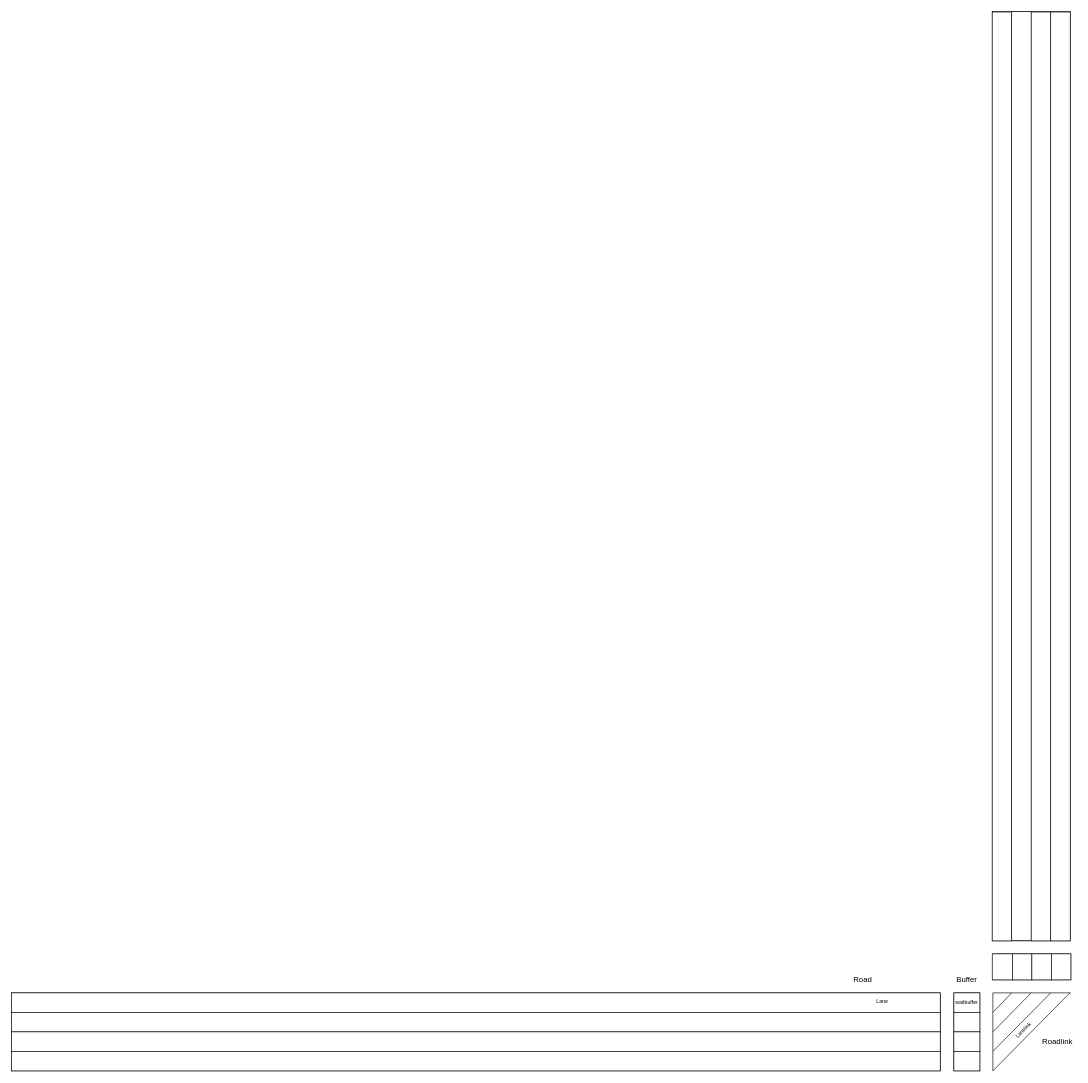
The draw.io diagram src/roadnet/roadnet.drawio in marco-city-flow/dev-city-flow, before the edit. Source tidied: cells renumbered, new cells numbered last; positions are measured from the earlier drawing's top-left corner, leaving out a move shared by most shapes. Both pictures are drawn from the tidied source at 65%, with x=0, y=0 at pixel (11, 11).
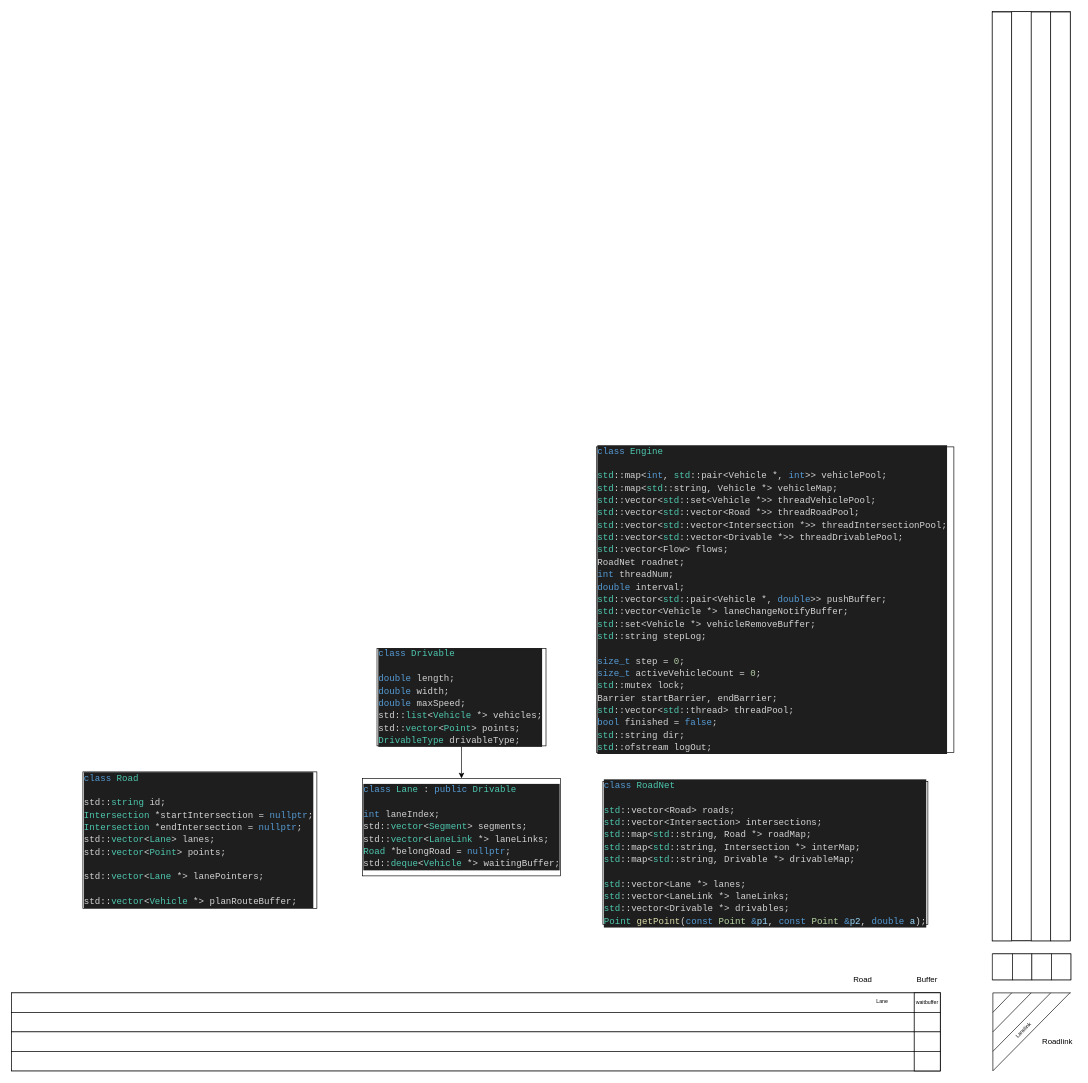
The same diagram, later.

Commit message (it also covers changes not shown here):
adding belongengine in drivable

The edit, as a diff of the source:
```diff
@@
     <mxCell id="22" style="rounded=0;whiteSpace=wrap;html=1;" parent="1" vertex="1">
-      <mxGeometry x="1450" y="1510" width="40" height="120" as="geometry" />
+      <mxGeometry x="1389" y="1510" width="40" height="120" as="geometry" />
     </mxCell>
@@
     <mxCell id="24" style="rounded=0;whiteSpace=wrap;html=1;" parent="1" vertex="1">
-      <mxGeometry x="1450" y="1510" width="40" height="30" as="geometry" />
+      <mxGeometry x="1389" y="1510" width="40" height="30" as="geometry" />
     </mxCell>
     <mxCell id="25" style="rounded=0;whiteSpace=wrap;html=1;" parent="1" vertex="1">
-      <mxGeometry x="1450" y="1540" width="40" height="30" as="geometry" />
+      <mxGeometry x="1389" y="1540" width="40" height="30" as="geometry" />
     </mxCell>
     <mxCell id="26" style="rounded=0;whiteSpace=wrap;html=1;" parent="1" vertex="1">
-      <mxGeometry x="1450" y="1570" width="40" height="30" as="geometry" />
+      <mxGeometry x="1389" y="1570" width="40" height="30" as="geometry" />
     </mxCell>
     <mxCell id="27" style="rounded=0;whiteSpace=wrap;html=1;" parent="1" vertex="1">
-      <mxGeometry x="1450" y="1600" width="40" height="30" as="geometry" />
+      <mxGeometry x="1389" y="1600" width="40" height="30" as="geometry" />
     </mxCell>
@@
     <mxCell id="32" value="&lt;font style=&quot;font-size: 8px&quot;&gt;waitbuffer&lt;/font&gt;" style="text;html=1;strokeColor=none;fillColor=none;align=center;verticalAlign=middle;whiteSpace=wrap;rounded=0;" parent="1" vertex="1">
-      <mxGeometry x="1450" y="1513" width="40" height="20" as="geometry" />
+      <mxGeometry x="1389" y="1513" width="40" height="20" as="geometry" />
     </mxCell>
     <mxCell id="33" value="Buffer" style="text;html=1;strokeColor=none;fillColor=none;align=center;verticalAlign=middle;whiteSpace=wrap;rounded=0;" parent="1" vertex="1">
-      <mxGeometry x="1450" y="1480" width="40" height="20" as="geometry" />
+      <mxGeometry x="1389" y="1480" width="40" height="20" as="geometry" />
     </mxCell>
+    <mxCell id="34" value="&lt;div style=&quot;color: rgb(212 , 212 , 212) ; background-color: rgb(30 , 30 , 30) ; font-family: &amp;#34;droid sans mono&amp;#34; , monospace , monospace , &amp;#34;droid sans fallback&amp;#34; ; font-size: 14px ; line-height: 19px&quot;&gt;&lt;div style=&quot;font-family: &amp;#34;droid sans mono&amp;#34; , monospace , monospace , &amp;#34;droid sans fallback&amp;#34; ; line-height: 19px&quot;&gt;&lt;div style=&quot;font-family: &amp;#34;droid sans mono&amp;#34; , monospace , monospace , &amp;#34;droid sans fallback&amp;#34; ; line-height: 19px&quot;&gt;&lt;div style=&quot;font-family: &amp;#34;droid sans mono&amp;#34; , monospace , monospace , &amp;#34;droid sans fallback&amp;#34; ; line-height: 19px&quot;&gt;&lt;span style=&quot;color: #569cd6&quot;&gt;class&lt;/span&gt; &lt;span style=&quot;color: #4ec9b0&quot;&gt;Road&lt;/span&gt;&lt;/div&gt;&lt;div style=&quot;font-family: &amp;#34;droid sans mono&amp;#34; , monospace , monospace , &amp;#34;droid sans fallback&amp;#34; ; line-height: 19px&quot;&gt;&lt;span style=&quot;color: #4ec9b0&quot;&gt;&lt;br&gt;&lt;/span&gt;&lt;/div&gt;&lt;div style=&quot;font-family: &amp;#34;droid sans mono&amp;#34; , monospace , monospace , &amp;#34;droid sans fallback&amp;#34; ; line-height: 19px&quot;&gt;&lt;div style=&quot;font-family: &amp;#34;droid sans mono&amp;#34; , monospace , monospace , &amp;#34;droid sans fallback&amp;#34; ; line-height: 19px&quot;&gt;&lt;div&gt;        std::&lt;span style=&quot;color: #4ec9b0&quot;&gt;string&lt;/span&gt; id;&lt;/div&gt;&lt;div&gt;        &lt;span style=&quot;color: #4ec9b0&quot;&gt;Intersection&lt;/span&gt; *startIntersection = &lt;span style=&quot;color: #569cd6&quot;&gt;nullptr&lt;/span&gt;;&lt;/div&gt;&lt;div&gt;        &lt;span style=&quot;color: #4ec9b0&quot;&gt;Intersection&lt;/span&gt; *endIntersection = &lt;span style=&quot;color: #569cd6&quot;&gt;nullptr&lt;/span&gt;;&lt;/div&gt;&lt;div&gt;        std::&lt;span style=&quot;color: #4ec9b0&quot;&gt;vector&lt;/span&gt;&amp;lt;&lt;span style=&quot;color: #4ec9b0&quot;&gt;Lane&lt;/span&gt;&amp;gt; lanes;&lt;/div&gt;&lt;div&gt;        std::&lt;span style=&quot;color: #4ec9b0&quot;&gt;vector&lt;/span&gt;&amp;lt;&lt;span style=&quot;color: #4ec9b0&quot;&gt;Point&lt;/span&gt;&amp;gt; points;&lt;/div&gt;&lt;br&gt;&lt;div&gt;        std::&lt;span style=&quot;color: #4ec9b0&quot;&gt;vector&lt;/span&gt;&amp;lt;&lt;span style=&quot;color: #4ec9b0&quot;&gt;Lane&lt;/span&gt; *&amp;gt; lanePointers;&lt;/div&gt;&lt;br&gt;&lt;div&gt;        std::&lt;span style=&quot;color: #4ec9b0&quot;&gt;vector&lt;/span&gt;&amp;lt;&lt;span style=&quot;color: #4ec9b0&quot;&gt;Vehicle&lt;/span&gt; *&amp;gt; planRouteBuffer;&lt;/div&gt;&lt;/div&gt;&lt;/div&gt;&lt;/div&gt;&lt;/div&gt;&lt;/div&gt;" style="whiteSpace=wrap;html=1;align=left;" parent="1" vertex="1">
+      <mxGeometry x="110" y="1170" width="360" height="210" as="geometry" />
+    </mxCell>
+    <mxCell id="35" style="edgeStyle=orthogonalEdgeStyle;rounded=0;jettySize=auto;html=1;exitX=0.5;exitY=1;exitDx=0;exitDy=0;entryX=0.5;entryY=0;entryDx=0;entryDy=0;" parent="1" edge="1" source="36" target="37">
+      <mxGeometry relative="1" as="geometry" />
+    </mxCell>
+    <mxCell id="36" value="&lt;div style=&quot;color: rgb(212 , 212 , 212) ; background-color: rgb(30 , 30 , 30) ; font-family: &amp;#34;droid sans mono&amp;#34; , monospace , monospace , &amp;#34;droid sans fallback&amp;#34; ; font-size: 14px ; line-height: 19px&quot;&gt;&lt;div style=&quot;font-family: &amp;#34;droid sans mono&amp;#34; , monospace , monospace , &amp;#34;droid sans fallback&amp;#34; ; line-height: 19px&quot;&gt;&lt;div style=&quot;font-family: &amp;#34;droid sans mono&amp;#34; , monospace , monospace , &amp;#34;droid sans fallback&amp;#34; ; line-height: 19px&quot;&gt;&lt;div style=&quot;font-family: &amp;#34;droid sans mono&amp;#34; , monospace , monospace , &amp;#34;droid sans fallback&amp;#34; ; line-height: 19px&quot;&gt;&lt;div style=&quot;font-family: &amp;#34;droid sans mono&amp;#34; , monospace , monospace , &amp;#34;droid sans fallback&amp;#34; ; line-height: 19px&quot;&gt;&lt;span style=&quot;color: #569cd6&quot;&gt;class&lt;/span&gt; &lt;span style=&quot;color: #4ec9b0&quot;&gt;Drivable&lt;/span&gt;&lt;/div&gt;&lt;div style=&quot;font-family: &amp;#34;droid sans mono&amp;#34; , monospace , monospace , &amp;#34;droid sans fallback&amp;#34; ; line-height: 19px&quot;&gt;&lt;span style=&quot;color: #4ec9b0&quot;&gt;&lt;br&gt;&lt;/span&gt;&lt;/div&gt;&lt;div style=&quot;font-family: &amp;#34;droid sans mono&amp;#34; , monospace , monospace , &amp;#34;droid sans fallback&amp;#34; ; line-height: 19px&quot;&gt;&lt;div style=&quot;font-family: &amp;#34;droid sans mono&amp;#34; , monospace , monospace , &amp;#34;droid sans fallback&amp;#34; ; line-height: 19px&quot;&gt;&lt;div&gt;        &lt;span style=&quot;color: #569cd6&quot;&gt;double&lt;/span&gt; length;&lt;/div&gt;&lt;div&gt;        &lt;span style=&quot;color: #569cd6&quot;&gt;double&lt;/span&gt; width;&lt;/div&gt;&lt;div&gt;        &lt;span style=&quot;color: #569cd6&quot;&gt;double&lt;/span&gt; maxSpeed;&lt;/div&gt;&lt;div&gt;        std::&lt;span style=&quot;color: #4ec9b0&quot;&gt;list&lt;/span&gt;&amp;lt;&lt;span style=&quot;color: #4ec9b0&quot;&gt;Vehicle&lt;/span&gt; *&amp;gt; vehicles;&lt;/div&gt;&lt;div&gt;        std::&lt;span style=&quot;color: #4ec9b0&quot;&gt;vector&lt;/span&gt;&amp;lt;&lt;span style=&quot;color: #4ec9b0&quot;&gt;Point&lt;/span&gt;&amp;gt; points;&lt;/div&gt;&lt;div&gt;        &lt;span style=&quot;color: #4ec9b0&quot;&gt;DrivableType&lt;/span&gt; drivableType;&lt;/div&gt;&lt;/div&gt;&lt;/div&gt;&lt;/div&gt;&lt;/div&gt;&lt;/div&gt;&lt;/div&gt;" style="whiteSpace=wrap;html=1;align=left;" parent="1" vertex="1">
+      <mxGeometry x="562.5" y="980" width="260" height="150" as="geometry" />
+    </mxCell>
+    <mxCell id="37" value="&lt;div style=&quot;color: rgb(212 , 212 , 212) ; background-color: rgb(30 , 30 , 30) ; font-family: &amp;#34;droid sans mono&amp;#34; , monospace , monospace , &amp;#34;droid sans fallback&amp;#34; ; font-size: 14px ; line-height: 19px&quot;&gt;&lt;div style=&quot;font-family: &amp;#34;droid sans mono&amp;#34; , monospace , monospace , &amp;#34;droid sans fallback&amp;#34; ; line-height: 19px&quot;&gt;&lt;div style=&quot;font-family: &amp;#34;droid sans mono&amp;#34; , monospace , monospace , &amp;#34;droid sans fallback&amp;#34; ; line-height: 19px&quot;&gt;&lt;div style=&quot;font-family: &amp;#34;droid sans mono&amp;#34; , monospace , monospace , &amp;#34;droid sans fallback&amp;#34; ; line-height: 19px&quot;&gt;&lt;div style=&quot;font-family: &amp;#34;droid sans mono&amp;#34; , monospace , monospace , &amp;#34;droid sans fallback&amp;#34; ; line-height: 19px&quot;&gt;&lt;div style=&quot;font-family: &amp;#34;droid sans mono&amp;#34; , monospace , monospace , &amp;#34;droid sans fallback&amp;#34; ; line-height: 19px&quot;&gt;&lt;span style=&quot;color: #569cd6&quot;&gt;class&lt;/span&gt; &lt;span style=&quot;color: #4ec9b0&quot;&gt;Lane&lt;/span&gt; : &lt;span style=&quot;color: #569cd6&quot;&gt;public&lt;/span&gt; &lt;span style=&quot;color: #4ec9b0&quot;&gt;Drivable&lt;/span&gt;&lt;/div&gt;&lt;div style=&quot;font-family: &amp;#34;droid sans mono&amp;#34; , monospace , monospace , &amp;#34;droid sans fallback&amp;#34; ; line-height: 19px&quot;&gt;&lt;span style=&quot;color: #4ec9b0&quot;&gt;&lt;br&gt;&lt;/span&gt;&lt;/div&gt;&lt;div style=&quot;font-family: &amp;#34;droid sans mono&amp;#34; , monospace , monospace , &amp;#34;droid sans fallback&amp;#34; ; line-height: 19px&quot;&gt;&lt;div style=&quot;font-family: &amp;#34;droid sans mono&amp;#34; , monospace , monospace , &amp;#34;droid sans fallback&amp;#34; ; line-height: 19px&quot;&gt;&lt;div&gt;        &lt;span style=&quot;color: #569cd6&quot;&gt;int&lt;/span&gt; laneIndex;&lt;/div&gt;&lt;div&gt;        std::&lt;span style=&quot;color: #4ec9b0&quot;&gt;vector&lt;/span&gt;&amp;lt;&lt;span style=&quot;color: #4ec9b0&quot;&gt;Segment&lt;/span&gt;&amp;gt; segments;&lt;/div&gt;&lt;div&gt;        std::&lt;span style=&quot;color: #4ec9b0&quot;&gt;vector&lt;/span&gt;&amp;lt;&lt;span style=&quot;color: #4ec9b0&quot;&gt;LaneLink&lt;/span&gt; *&amp;gt; laneLinks;&lt;/div&gt;&lt;div&gt;        &lt;span style=&quot;color: #4ec9b0&quot;&gt;Road&lt;/span&gt; *belongRoad = &lt;span style=&quot;color: #569cd6&quot;&gt;nullptr&lt;/span&gt;;&lt;/div&gt;&lt;div&gt;        std::&lt;span style=&quot;color: #4ec9b0&quot;&gt;deque&lt;/span&gt;&amp;lt;&lt;span style=&quot;color: #4ec9b0&quot;&gt;Vehicle&lt;/span&gt; *&amp;gt; waitingBuffer;&lt;/div&gt;&lt;/div&gt;&lt;/div&gt;&lt;/div&gt;&lt;/div&gt;&lt;/div&gt;&lt;/div&gt;&lt;/div&gt;" style="whiteSpace=wrap;html=1;align=left;" parent="1" vertex="1">
+      <mxGeometry x="540" y="1180" width="305" height="150" as="geometry" />
+    </mxCell>
+    <mxCell id="38" value="&lt;div style=&quot;color: rgb(212 , 212 , 212) ; background-color: rgb(30 , 30 , 30) ; font-family: &amp;#34;droid sans mono&amp;#34; , monospace , monospace , &amp;#34;droid sans fallback&amp;#34; ; font-size: 14px ; line-height: 19px&quot;&gt;&lt;div style=&quot;font-family: &amp;#34;droid sans mono&amp;#34; , monospace , monospace , &amp;#34;droid sans fallback&amp;#34; ; line-height: 19px&quot;&gt;&lt;div style=&quot;font-family: &amp;#34;droid sans mono&amp;#34; , monospace , monospace , &amp;#34;droid sans fallback&amp;#34; ; line-height: 19px&quot;&gt;&lt;div style=&quot;font-family: &amp;#34;droid sans mono&amp;#34; , monospace , monospace , &amp;#34;droid sans fallback&amp;#34; ; line-height: 19px&quot;&gt;&lt;div style=&quot;font-family: &amp;#34;droid sans mono&amp;#34; , monospace , monospace , &amp;#34;droid sans fallback&amp;#34; ; line-height: 19px&quot;&gt;&lt;span style=&quot;color: #569cd6&quot;&gt;class&lt;/span&gt; &lt;span style=&quot;color: #4ec9b0&quot;&gt;RoadNet&lt;/span&gt;&lt;/div&gt;&lt;div style=&quot;font-family: &amp;#34;droid sans mono&amp;#34; , monospace , monospace , &amp;#34;droid sans fallback&amp;#34; ; line-height: 19px&quot;&gt;&lt;span style=&quot;color: #4ec9b0&quot;&gt;&lt;br&gt;&lt;/span&gt;&lt;/div&gt;&lt;div style=&quot;font-family: &amp;#34;droid sans mono&amp;#34; , monospace , monospace , &amp;#34;droid sans fallback&amp;#34; ; line-height: 19px&quot;&gt;&lt;div style=&quot;font-family: &amp;#34;droid sans mono&amp;#34; , monospace , monospace , &amp;#34;droid sans fallback&amp;#34; ; line-height: 19px&quot;&gt;&lt;div&gt;        &lt;span style=&quot;color: #4ec9b0&quot;&gt;std&lt;/span&gt;::vector&amp;lt;Road&amp;gt; roads;&lt;/div&gt;&lt;div&gt;        &lt;span style=&quot;color: #4ec9b0&quot;&gt;std&lt;/span&gt;::vector&amp;lt;Intersection&amp;gt; intersections;&lt;/div&gt;&lt;div&gt;        &lt;span style=&quot;color: #4ec9b0&quot;&gt;std&lt;/span&gt;::map&amp;lt;&lt;span style=&quot;color: #4ec9b0&quot;&gt;std&lt;/span&gt;::string, Road *&amp;gt; roadMap;&lt;/div&gt;&lt;div&gt;        &lt;span style=&quot;color: #4ec9b0&quot;&gt;std&lt;/span&gt;::map&amp;lt;&lt;span style=&quot;color: #4ec9b0&quot;&gt;std&lt;/span&gt;::string, Intersection *&amp;gt; interMap;&lt;/div&gt;&lt;div&gt;        &lt;span style=&quot;color: #4ec9b0&quot;&gt;std&lt;/span&gt;::map&amp;lt;&lt;span style=&quot;color: #4ec9b0&quot;&gt;std&lt;/span&gt;::string, Drivable *&amp;gt; drivableMap;&lt;/div&gt;&lt;br&gt;&lt;div&gt;        &lt;span style=&quot;color: #4ec9b0&quot;&gt;std&lt;/span&gt;::vector&amp;lt;Lane *&amp;gt; lanes;&lt;/div&gt;&lt;div&gt;        &lt;span style=&quot;color: #4ec9b0&quot;&gt;std&lt;/span&gt;::vector&amp;lt;LaneLink *&amp;gt; laneLinks;&lt;/div&gt;&lt;div&gt;        &lt;span style=&quot;color: #4ec9b0&quot;&gt;std&lt;/span&gt;::vector&amp;lt;Drivable *&amp;gt; drivables;&lt;/div&gt;&lt;div&gt;        &lt;span style=&quot;color: #4ec9b0&quot;&gt;Point&lt;/span&gt; &lt;span style=&quot;color: #dcdcaa&quot;&gt;getPoint&lt;/span&gt;(&lt;span style=&quot;color: #569cd6&quot;&gt;const&lt;/span&gt; &lt;span style=&quot;color: #b8d7a3&quot;&gt;Point&lt;/span&gt; &lt;span style=&quot;color: #569cd6&quot;&gt;&amp;amp;&lt;/span&gt;&lt;span style=&quot;color: #9cdcfe&quot;&gt;p1&lt;/span&gt;, &lt;span style=&quot;color: #569cd6&quot;&gt;const&lt;/span&gt; &lt;span style=&quot;color: #b8d7a3&quot;&gt;Point&lt;/span&gt; &lt;span style=&quot;color: #569cd6&quot;&gt;&amp;amp;&lt;/span&gt;&lt;span style=&quot;color: #9cdcfe&quot;&gt;p2&lt;/span&gt;, &lt;span style=&quot;color: #569cd6&quot;&gt;double&lt;/span&gt; &lt;span style=&quot;color: #9cdcfe&quot;&gt;a&lt;/span&gt;);&lt;/div&gt;&lt;/div&gt;&lt;/div&gt;&lt;/div&gt;&lt;/div&gt;&lt;/div&gt;&lt;/div&gt;" style="whiteSpace=wrap;html=1;align=left;" parent="1" vertex="1">
+      <mxGeometry x="910" y="1185" width="500" height="220" as="geometry" />
+    </mxCell>
+    <mxCell id="39" value="&lt;div style=&quot;color: rgb(212 , 212 , 212) ; background-color: rgb(30 , 30 , 30) ; font-family: &amp;#34;droid sans mono&amp;#34; , monospace , monospace , &amp;#34;droid sans fallback&amp;#34; ; font-size: 14px ; line-height: 19px&quot;&gt;&lt;div style=&quot;font-family: &amp;#34;droid sans mono&amp;#34; , monospace , monospace , &amp;#34;droid sans fallback&amp;#34; ; line-height: 19px&quot;&gt;&lt;div style=&quot;font-family: &amp;#34;droid sans mono&amp;#34; , monospace , monospace , &amp;#34;droid sans fallback&amp;#34; ; line-height: 19px&quot;&gt;&lt;div style=&quot;font-family: &amp;#34;droid sans mono&amp;#34; , monospace , monospace , &amp;#34;droid sans fallback&amp;#34; ; line-height: 19px&quot;&gt;&lt;div style=&quot;font-family: &amp;#34;droid sans mono&amp;#34; , monospace , monospace , &amp;#34;droid sans fallback&amp;#34; ; line-height: 19px&quot;&gt;&lt;div style=&quot;font-family: &amp;#34;droid sans mono&amp;#34; , monospace , monospace , &amp;#34;droid sans fallback&amp;#34; ; line-height: 19px&quot;&gt;&lt;span style=&quot;color: #569cd6&quot;&gt;class&lt;/span&gt; &lt;span style=&quot;color: #4ec9b0&quot;&gt;Engine&lt;/span&gt;&lt;/div&gt;&lt;div style=&quot;font-family: &amp;#34;droid sans mono&amp;#34; , monospace , monospace , &amp;#34;droid sans fallback&amp;#34; ; line-height: 19px&quot;&gt;&lt;span style=&quot;color: #4ec9b0&quot;&gt;&lt;br&gt;&lt;/span&gt;&lt;/div&gt;&lt;div style=&quot;font-family: &amp;#34;droid sans mono&amp;#34; , monospace , monospace , &amp;#34;droid sans fallback&amp;#34; ; line-height: 19px&quot;&gt;&lt;div style=&quot;font-family: &amp;#34;droid sans mono&amp;#34; , monospace , monospace , &amp;#34;droid sans fallback&amp;#34; ; line-height: 19px&quot;&gt;&lt;div&gt;&lt;span style=&quot;color: #4ec9b0&quot;&gt;std&lt;/span&gt;::map&amp;lt;&lt;span style=&quot;color: #569cd6&quot;&gt;int&lt;/span&gt;, &lt;span style=&quot;color: #4ec9b0&quot;&gt;std&lt;/span&gt;::pair&amp;lt;Vehicle *, &lt;span style=&quot;color: #569cd6&quot;&gt;int&lt;/span&gt;&amp;gt;&amp;gt; vehiclePool;&lt;/div&gt;&lt;div&gt;        &lt;span style=&quot;color: #4ec9b0&quot;&gt;std&lt;/span&gt;::map&amp;lt;&lt;span style=&quot;color: #4ec9b0&quot;&gt;std&lt;/span&gt;::string, Vehicle *&amp;gt; vehicleMap;&lt;/div&gt;&lt;div&gt;        &lt;span style=&quot;color: #4ec9b0&quot;&gt;std&lt;/span&gt;::vector&amp;lt;&lt;span style=&quot;color: #4ec9b0&quot;&gt;std&lt;/span&gt;::set&amp;lt;Vehicle *&amp;gt;&amp;gt; threadVehiclePool;&lt;/div&gt;&lt;div&gt;        &lt;span style=&quot;color: #4ec9b0&quot;&gt;std&lt;/span&gt;::vector&amp;lt;&lt;span style=&quot;color: #4ec9b0&quot;&gt;std&lt;/span&gt;::vector&amp;lt;Road *&amp;gt;&amp;gt; threadRoadPool;&lt;/div&gt;&lt;div&gt;        &lt;span style=&quot;color: #4ec9b0&quot;&gt;std&lt;/span&gt;::vector&amp;lt;&lt;span style=&quot;color: #4ec9b0&quot;&gt;std&lt;/span&gt;::vector&amp;lt;Intersection *&amp;gt;&amp;gt; threadIntersectionPool;&lt;/div&gt;&lt;div&gt;        &lt;span style=&quot;color: #4ec9b0&quot;&gt;std&lt;/span&gt;::vector&amp;lt;&lt;span style=&quot;color: #4ec9b0&quot;&gt;std&lt;/span&gt;::vector&amp;lt;Drivable *&amp;gt;&amp;gt; threadDrivablePool;&lt;/div&gt;&lt;div&gt;        &lt;span style=&quot;color: #4ec9b0&quot;&gt;std&lt;/span&gt;::vector&amp;lt;Flow&amp;gt; flows;&lt;/div&gt;&lt;div&gt;        RoadNet roadnet;&lt;/div&gt;&lt;div&gt;        &lt;span style=&quot;color: #569cd6&quot;&gt;int&lt;/span&gt; threadNum;&lt;/div&gt;&lt;div&gt;        &lt;span style=&quot;color: #569cd6&quot;&gt;double&lt;/span&gt; interval;&lt;/div&gt;&lt;div&gt;        &lt;span style=&quot;color: #4ec9b0&quot;&gt;std&lt;/span&gt;::vector&amp;lt;&lt;span style=&quot;color: #4ec9b0&quot;&gt;std&lt;/span&gt;::pair&amp;lt;Vehicle *, &lt;span style=&quot;color: #569cd6&quot;&gt;double&lt;/span&gt;&amp;gt;&amp;gt; pushBuffer;&lt;/div&gt;&lt;div&gt;        &lt;span style=&quot;color: #4ec9b0&quot;&gt;std&lt;/span&gt;::vector&amp;lt;Vehicle *&amp;gt; laneChangeNotifyBuffer;&lt;/div&gt;&lt;div&gt;        &lt;span style=&quot;color: #4ec9b0&quot;&gt;std&lt;/span&gt;::set&amp;lt;Vehicle *&amp;gt; vehicleRemoveBuffer;&lt;/div&gt;&lt;div&gt;        &lt;span style=&quot;color: #4ec9b0&quot;&gt;std&lt;/span&gt;::string stepLog;&lt;/div&gt;&lt;br&gt;&lt;div&gt;        &lt;span style=&quot;color: #569cd6&quot;&gt;size_t&lt;/span&gt; step = &lt;span style=&quot;color: #b5cea8&quot;&gt;0&lt;/span&gt;;&lt;/div&gt;&lt;div&gt;        &lt;span style=&quot;color: #569cd6&quot;&gt;size_t&lt;/span&gt; activeVehicleCount = &lt;span style=&quot;color: #b5cea8&quot;&gt;0&lt;/span&gt;;&lt;/div&gt;&lt;div&gt;        &lt;span style=&quot;color: #4ec9b0&quot;&gt;std&lt;/span&gt;::mutex lock;&lt;/div&gt;&lt;div&gt;        Barrier startBarrier, endBarrier;&lt;/div&gt;&lt;div&gt;        &lt;span style=&quot;color: #4ec9b0&quot;&gt;std&lt;/span&gt;::vector&amp;lt;&lt;span style=&quot;color: #4ec9b0&quot;&gt;std&lt;/span&gt;::thread&amp;gt; threadPool;&lt;/div&gt;&lt;div&gt;        &lt;span style=&quot;color: #569cd6&quot;&gt;bool&lt;/span&gt; finished = &lt;span style=&quot;color: #569cd6&quot;&gt;false&lt;/span&gt;;&lt;/div&gt;&lt;div&gt;        &lt;span style=&quot;color: #4ec9b0&quot;&gt;std&lt;/span&gt;::string dir;&lt;/div&gt;&lt;div&gt;        &lt;span style=&quot;color: #4ec9b0&quot;&gt;std&lt;/span&gt;::ofstream logOut;&lt;/div&gt;&lt;/div&gt;&lt;/div&gt;&lt;/div&gt;&lt;/div&gt;&lt;/div&gt;&lt;/div&gt;&lt;/div&gt;" style="whiteSpace=wrap;html=1;align=left;" parent="1" vertex="1">
+      <mxGeometry x="900" y="670" width="550" height="470" as="geometry" />
+    </mxCell>
```
